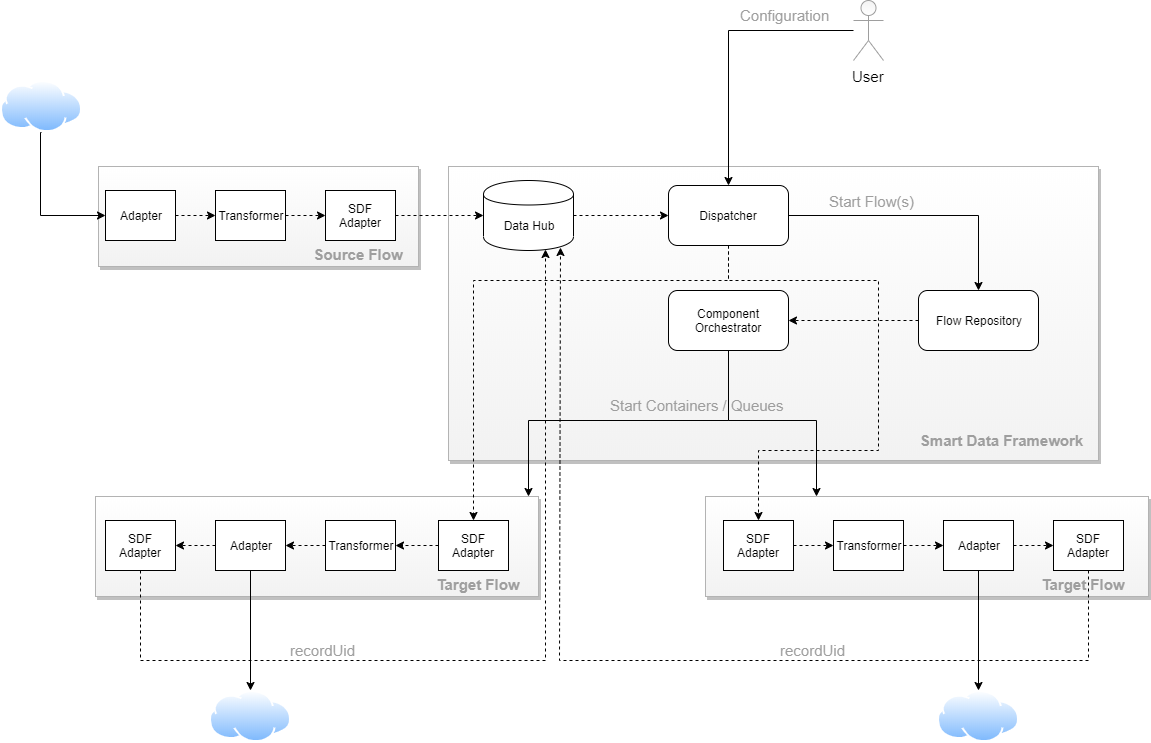
openintegrationhub/openintegrationhub.github.io keeps this draw.io diagram as assets/images/hubAndSpoke.png. Above is the earlier version. Source tidied: cells renumbered, new cells last; positions are measured from the earlier drawing's top-left corner, leaving out a move shared by most shapes. Its diagram source:
```xml
<mxGraphModel>
  <root>
    <mxCell id="0" />
    <mxCell id="1" parent="0" />
    <mxCell id="2" style="rounded=0;whiteSpace=wrap;html=1;strokeColor=#B3B3B3;strokeWidth=1;fillColor=#F2F2F2;gradientColor=#ffffff;fontSize=15;fontColor=#9E9E9E;gradientDirection=north;shadow=1;" parent="1" vertex="1">
      <mxGeometry x="448" y="166" width="650" height="294" as="geometry" />
    </mxCell>
    <mxCell id="3" style="rounded=0;whiteSpace=wrap;html=1;fillColor=#F2F2F2;gradientColor=#ffffff;gradientDirection=north;strokeColor=#B3B3B3;strokeWidth=1;shadow=1;" parent="1" vertex="1">
      <mxGeometry x="98" y="166" width="320" height="100" as="geometry" />
    </mxCell>
    <mxCell id="4" value="Source Flow" style="text;html=1;strokeColor=none;fillColor=none;align=center;verticalAlign=middle;whiteSpace=wrap;rounded=0;fontSize=15;fontStyle=1;fontColor=#9E9E9E;" parent="1" vertex="1">
      <mxGeometry x="298" y="244" width="120" height="20" as="geometry" />
    </mxCell>
    <mxCell id="5" style="rounded=0;whiteSpace=wrap;html=1;fillColor=#F2F2F2;gradientColor=#ffffff;gradientDirection=north;strokeColor=#B3B3B3;strokeWidth=1;shadow=1;" parent="1" vertex="1">
      <mxGeometry x="705" y="496" width="443" height="100" as="geometry" />
    </mxCell>
    <mxCell id="6" style="rounded=0;whiteSpace=wrap;html=1;fillColor=#F2F2F2;gradientColor=#ffffff;gradientDirection=north;strokeColor=#B3B3B3;strokeWidth=1;shadow=1;" parent="1" vertex="1">
      <mxGeometry x="95" y="496" width="443" height="100" as="geometry" />
    </mxCell>
    <mxCell id="7" style="edgeStyle=orthogonalEdgeStyle;rounded=0;jettySize=auto;html=1;entryX=0;entryY=0.5;entryDx=0;entryDy=0;dashed=1;" parent="1" edge="1" source="8" target="10">
      <mxGeometry relative="1" as="geometry" />
    </mxCell>
    <mxCell id="8" value="Transformer" style="rounded=0;whiteSpace=wrap;html=1;" parent="1" vertex="1">
      <mxGeometry x="215" y="190" width="70" height="50" as="geometry" />
    </mxCell>
    <mxCell id="9" style="edgeStyle=orthogonalEdgeStyle;rounded=0;jettySize=auto;html=1;entryX=0;entryY=0.5;entryDx=0;entryDy=0;dashed=1;" parent="1" edge="1" source="10" target="16">
      <mxGeometry relative="1" as="geometry" />
    </mxCell>
    <mxCell id="10" value="SDF Adapter" style="rounded=0;whiteSpace=wrap;html=1;" parent="1" vertex="1">
      <mxGeometry x="325" y="190" width="70" height="50" as="geometry" />
    </mxCell>
    <mxCell id="11" style="edgeStyle=orthogonalEdgeStyle;rounded=0;jettySize=auto;html=1;dashed=1;" parent="1" edge="1" source="12" target="8">
      <mxGeometry relative="1" as="geometry" />
    </mxCell>
    <mxCell id="12" value="Adapter" style="rounded=0;whiteSpace=wrap;html=1;" parent="1" vertex="1">
      <mxGeometry x="105" y="190" width="70" height="50" as="geometry" />
    </mxCell>
    <mxCell id="13" style="edgeStyle=orthogonalEdgeStyle;rounded=0;jettySize=auto;html=1;exitX=0.5;exitY=1;exitDx=0;exitDy=0;" parent="1" edge="1" source="14" target="12">
      <mxGeometry relative="1" as="geometry">
        <Array as="points">
          <mxPoint x="40" y="215" />
        </Array>
      </mxGeometry>
    </mxCell>
    <mxCell id="14" style="perimeter=ellipsePerimeter;html=1;align=center;shadow=0;dashed=0;spacingTop=3;image;image=img/lib/active_directory/internet_cloud.svg;" parent="1" vertex="1">
      <mxGeometry y="80" width="82" height="52" as="geometry" />
    </mxCell>
    <mxCell id="15" style="edgeStyle=orthogonalEdgeStyle;rounded=0;jettySize=auto;html=1;entryX=0;entryY=0.5;entryDx=0;entryDy=0;dashed=1;" parent="1" edge="1" source="16" target="23">
      <mxGeometry relative="1" as="geometry" />
    </mxCell>
    <mxCell id="16" value="Data Hub" style="shape=cylinder;whiteSpace=wrap;html=1;boundedLbl=1;backgroundOutline=1;shadow=0;" parent="1" vertex="1">
      <mxGeometry x="483" y="180" width="90" height="70" as="geometry" />
    </mxCell>
    <mxCell id="17" style="edgeStyle=orthogonalEdgeStyle;rounded=0;jettySize=auto;html=1;entryX=0.25;entryY=0;entryDx=0;entryDy=0;fontSize=15;fontColor=#9E9E9E;" parent="1" edge="1" source="19" target="5">
      <mxGeometry relative="1" as="geometry">
        <Array as="points">
          <mxPoint x="728" y="420" />
          <mxPoint x="816" y="420" />
        </Array>
      </mxGeometry>
    </mxCell>
    <mxCell id="18" style="edgeStyle=orthogonalEdgeStyle;rounded=0;jettySize=auto;html=1;fontSize=15;fontColor=#9E9E9E;entryX=0.978;entryY=0;entryDx=0;entryDy=0;entryPerimeter=0;" parent="1" edge="1" source="19" target="6">
      <mxGeometry relative="1" as="geometry">
        <Array as="points">
          <mxPoint x="728" y="420" />
          <mxPoint x="528" y="420" />
        </Array>
      </mxGeometry>
    </mxCell>
    <mxCell id="19" value="Component Orchestrator" style="rounded=1;whiteSpace=wrap;html=1;" parent="1" vertex="1">
      <mxGeometry x="668" y="290" width="120" height="60" as="geometry" />
    </mxCell>
    <mxCell id="20" style="edgeStyle=orthogonalEdgeStyle;rounded=0;jettySize=auto;html=1;entryX=0.5;entryY=0;entryDx=0;entryDy=0;" parent="1" edge="1" source="23" target="25">
      <mxGeometry relative="1" as="geometry" />
    </mxCell>
    <mxCell id="21" style="edgeStyle=orthogonalEdgeStyle;rounded=0;jettySize=auto;html=1;fontSize=15;fontColor=#9E9E9E;exitX=0.5;exitY=1;exitDx=0;exitDy=0;entryX=0.5;entryY=0;entryDx=0;entryDy=0;dashed=1;" parent="1" edge="1" source="23" target="38">
      <mxGeometry relative="1" as="geometry">
        <Array as="points">
          <mxPoint x="728" y="280" />
          <mxPoint x="473" y="280" />
        </Array>
      </mxGeometry>
    </mxCell>
    <mxCell id="22" style="edgeStyle=orthogonalEdgeStyle;rounded=0;jettySize=auto;html=1;dashed=1;fontSize=15;fontColor=#9E9E9E;exitX=0.5;exitY=1;exitDx=0;exitDy=0;" parent="1" edge="1" source="23" target="34">
      <mxGeometry relative="1" as="geometry">
        <Array as="points">
          <mxPoint x="728" y="280" />
          <mxPoint x="878" y="280" />
          <mxPoint x="878" y="450" />
          <mxPoint x="758" y="450" />
        </Array>
      </mxGeometry>
    </mxCell>
    <mxCell id="23" value="Dispatcher" style="rounded=1;whiteSpace=wrap;html=1;glass=0;comic=0;" parent="1" vertex="1">
      <mxGeometry x="668" y="185" width="120" height="60" as="geometry" />
    </mxCell>
    <mxCell id="24" style="edgeStyle=orthogonalEdgeStyle;rounded=0;jettySize=auto;html=1;entryX=1;entryY=0.5;entryDx=0;entryDy=0;dashed=1;" parent="1" edge="1" source="25" target="19">
      <mxGeometry relative="1" as="geometry" />
    </mxCell>
    <mxCell id="25" value="Flow Repository" style="rounded=1;whiteSpace=wrap;html=1;" parent="1" vertex="1">
      <mxGeometry x="918" y="290" width="120" height="60" as="geometry" />
    </mxCell>
    <mxCell id="26" style="edgeStyle=orthogonalEdgeStyle;rounded=0;jettySize=auto;html=1;entryX=0;entryY=0.5;entryDx=0;entryDy=0;dashed=1;" parent="1" edge="1" source="27" target="30">
      <mxGeometry relative="1" as="geometry" />
    </mxCell>
    <mxCell id="27" value="Adapter" style="rounded=0;whiteSpace=wrap;html=1;" parent="1" vertex="1">
      <mxGeometry x="943" y="520" width="70" height="50" as="geometry" />
    </mxCell>
    <mxCell id="28" style="edgeStyle=orthogonalEdgeStyle;rounded=0;jettySize=auto;html=1;entryX=0.5;entryY=0;entryDx=0;entryDy=0;exitX=0.5;exitY=1;exitDx=0;exitDy=0;" parent="1" edge="1" source="27" target="45">
      <mxGeometry relative="1" as="geometry" />
    </mxCell>
    <mxCell id="29" style="edgeStyle=orthogonalEdgeStyle;rounded=0;jettySize=auto;html=1;entryX=0.85;entryY=0.95;entryDx=0;entryDy=0;entryPerimeter=0;dashed=1;fontSize=15;fontColor=#9E9E9E;" parent="1" edge="1" source="30" target="16">
      <mxGeometry relative="1" as="geometry">
        <Array as="points">
          <mxPoint x="1088" y="660" />
          <mxPoint x="559" y="660" />
        </Array>
      </mxGeometry>
    </mxCell>
    <mxCell id="30" value="SDF Adapter" style="rounded=0;whiteSpace=wrap;html=1;" parent="1" vertex="1">
      <mxGeometry x="1053" y="520" width="70" height="50" as="geometry" />
    </mxCell>
    <mxCell id="31" style="edgeStyle=orthogonalEdgeStyle;rounded=0;jettySize=auto;html=1;dashed=1;" parent="1" edge="1" source="32" target="27">
      <mxGeometry relative="1" as="geometry" />
    </mxCell>
    <mxCell id="32" value="Transformer" style="rounded=0;whiteSpace=wrap;html=1;" parent="1" vertex="1">
      <mxGeometry x="833" y="520" width="70" height="50" as="geometry" />
    </mxCell>
    <mxCell id="33" style="edgeStyle=orthogonalEdgeStyle;rounded=0;jettySize=auto;html=1;entryX=0;entryY=0.5;entryDx=0;entryDy=0;dashed=1;" parent="1" edge="1" source="34" target="32">
      <mxGeometry relative="1" as="geometry" />
    </mxCell>
    <mxCell id="34" value="SDF Adapter" style="rounded=0;whiteSpace=wrap;html=1;" parent="1" vertex="1">
      <mxGeometry x="723" y="520" width="70" height="50" as="geometry" />
    </mxCell>
    <mxCell id="35" style="edgeStyle=orthogonalEdgeStyle;rounded=0;jettySize=auto;html=1;dashed=1;" parent="1" edge="1" source="36" target="40">
      <mxGeometry relative="1" as="geometry" />
    </mxCell>
    <mxCell id="36" value="Transformer" style="rounded=0;whiteSpace=wrap;html=1;" parent="1" vertex="1">
      <mxGeometry x="325" y="520" width="70" height="50" as="geometry" />
    </mxCell>
    <mxCell id="37" style="edgeStyle=orthogonalEdgeStyle;rounded=0;jettySize=auto;html=1;entryX=1;entryY=0.5;entryDx=0;entryDy=0;dashed=1;" parent="1" edge="1" source="38" target="36">
      <mxGeometry relative="1" as="geometry" />
    </mxCell>
    <mxCell id="38" value="SDF Adapter" style="rounded=0;whiteSpace=wrap;html=1;" parent="1" vertex="1">
      <mxGeometry x="438" y="520" width="70" height="50" as="geometry" />
    </mxCell>
    <mxCell id="39" style="edgeStyle=orthogonalEdgeStyle;rounded=0;jettySize=auto;html=1;dashed=1;" parent="1" edge="1" source="40" target="43">
      <mxGeometry relative="1" as="geometry" />
    </mxCell>
    <mxCell id="40" value="Adapter" style="rounded=0;whiteSpace=wrap;html=1;" parent="1" vertex="1">
      <mxGeometry x="215" y="520" width="70" height="50" as="geometry" />
    </mxCell>
    <mxCell id="41" style="edgeStyle=orthogonalEdgeStyle;rounded=0;jettySize=auto;html=1;entryX=0.5;entryY=0;entryDx=0;entryDy=0;exitX=0.5;exitY=1;exitDx=0;exitDy=0;" parent="1" edge="1" source="40" target="44">
      <mxGeometry relative="1" as="geometry" />
    </mxCell>
    <mxCell id="42" style="edgeStyle=orthogonalEdgeStyle;rounded=0;jettySize=auto;html=1;entryX=0.689;entryY=0.99;entryDx=0;entryDy=0;entryPerimeter=0;dashed=1;fontSize=15;fontColor=#9E9E9E;" parent="1" edge="1" source="43" target="16">
      <mxGeometry relative="1" as="geometry">
        <Array as="points">
          <mxPoint x="140" y="660" />
          <mxPoint x="545" y="660" />
        </Array>
      </mxGeometry>
    </mxCell>
    <mxCell id="43" value="SDF Adapter" style="rounded=0;whiteSpace=wrap;html=1;" parent="1" vertex="1">
      <mxGeometry x="105" y="520" width="70" height="50" as="geometry" />
    </mxCell>
    <mxCell id="44" style="perimeter=ellipsePerimeter;html=1;align=center;shadow=0;dashed=0;spacingTop=3;image;image=img/lib/active_directory/internet_cloud.svg;" parent="1" vertex="1">
      <mxGeometry x="209" y="690" width="82" height="52" as="geometry" />
    </mxCell>
    <mxCell id="45" style="perimeter=ellipsePerimeter;html=1;align=center;shadow=0;dashed=0;spacingTop=3;image;image=img/lib/active_directory/internet_cloud.svg;" parent="1" vertex="1">
      <mxGeometry x="937" y="690" width="82" height="52" as="geometry" />
    </mxCell>
    <mxCell id="46" value="Smart Data Framework" style="text;html=1;strokeColor=none;fillColor=none;align=center;verticalAlign=middle;whiteSpace=wrap;rounded=0;fontSize=15;fontStyle=1;fontColor=#9E9E9E;" parent="1" vertex="1">
      <mxGeometry x="913" y="430" width="175" height="20" as="geometry" />
    </mxCell>
    <mxCell id="47" value="Target Flow" style="text;html=1;strokeColor=none;fillColor=none;align=center;verticalAlign=middle;whiteSpace=wrap;rounded=0;fontSize=15;fontStyle=1;fontColor=#9E9E9E;" parent="1" vertex="1">
      <mxGeometry x="418" y="574" width="120" height="20" as="geometry" />
    </mxCell>
    <mxCell id="48" style="edgeStyle=orthogonalEdgeStyle;rounded=0;jettySize=auto;html=1;entryX=0.5;entryY=0;entryDx=0;entryDy=0;fontSize=15;fontColor=#9E9E9E;" parent="1" edge="1" source="49" target="23">
      <mxGeometry relative="1" as="geometry" />
    </mxCell>
    <mxCell id="49" value="&lt;font color=&quot;#000000&quot;&gt;User&lt;/font&gt;" style="shape=umlActor;verticalLabelPosition=bottom;labelBackgroundColor=#ffffff;verticalAlign=top;html=1;outlineConnect=0;strokeColor=#9E9E9E;strokeWidth=1;fillColor=#F2F2F2;gradientColor=#ffffff;fontSize=15;fontColor=#9E9E9E;" parent="1" vertex="1">
      <mxGeometry x="853" width="30" height="60" as="geometry" />
    </mxCell>
    <mxCell id="50" value="Configuration" style="text;html=1;align=left;verticalAlign=top;spacingTop=-4;fontSize=15;fontColor=#9E9E9E;" parent="1" vertex="1">
      <mxGeometry x="738" y="4" width="100" height="20" as="geometry" />
    </mxCell>
    <mxCell id="51" value="Start Flow(s)" style="text;html=1;align=left;verticalAlign=top;spacingTop=-4;fontSize=15;fontColor=#9E9E9E;" parent="1" vertex="1">
      <mxGeometry x="826.5" y="190" width="100" height="20" as="geometry" />
    </mxCell>
    <mxCell id="52" value="Start Containers / Queues" style="text;html=1;align=left;verticalAlign=top;spacingTop=-4;fontSize=15;fontColor=#9E9E9E;" parent="1" vertex="1">
      <mxGeometry x="608" y="393.5" width="190" height="20" as="geometry" />
    </mxCell>
    <mxCell id="53" value="Target Flow" style="text;html=1;strokeColor=none;fillColor=none;align=center;verticalAlign=middle;whiteSpace=wrap;rounded=0;fontSize=15;fontStyle=1;fontColor=#9E9E9E;" parent="1" vertex="1">
      <mxGeometry x="1023" y="574" width="120" height="20" as="geometry" />
    </mxCell>
    <mxCell id="54" value="recordUid" style="text;html=1;align=left;verticalAlign=top;spacingTop=-4;fontSize=15;fontColor=#9E9E9E;" parent="1" vertex="1">
      <mxGeometry x="288" y="639" width="80" height="20" as="geometry" />
    </mxCell>
    <mxCell id="55" value="recordUid" style="text;html=1;align=left;verticalAlign=top;spacingTop=-4;fontSize=15;fontColor=#9E9E9E;" parent="1" vertex="1">
      <mxGeometry x="778.2" y="639" width="80" height="20" as="geometry" />
    </mxCell>
  </root>
</mxGraphModel>
```
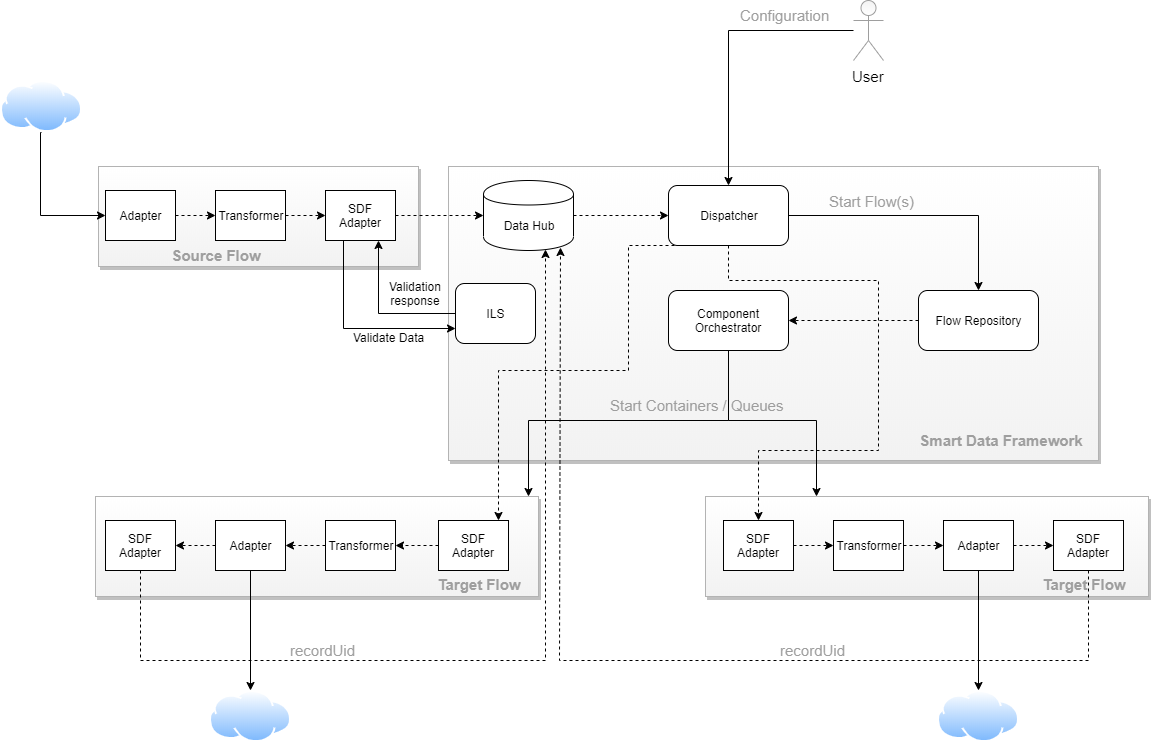
After the commit.

Diff of the diagram source:
```diff
@@ -9,7 +9,7 @@
       <mxGeometry x="98" y="166" width="320" height="100" as="geometry" />
     </mxCell>
     <mxCell id="4" value="Source Flow" style="text;html=1;strokeColor=none;fillColor=none;align=center;verticalAlign=middle;whiteSpace=wrap;rounded=0;fontSize=15;fontStyle=1;fontColor=#9E9E9E;" parent="1" vertex="1">
-      <mxGeometry x="298" y="244" width="120" height="20" as="geometry" />
+      <mxGeometry x="155" y="245" width="120" height="20" as="geometry" />
     </mxCell>
     <mxCell id="5" style="rounded=0;whiteSpace=wrap;html=1;fillColor=#F2F2F2;gradientColor=#ffffff;gradientDirection=north;strokeColor=#B3B3B3;strokeWidth=1;shadow=1;" parent="1" vertex="1">
       <mxGeometry x="705" y="496" width="443" height="100" as="geometry" />
@@ -26,6 +26,14 @@
     <mxCell id="9" style="edgeStyle=orthogonalEdgeStyle;rounded=0;jettySize=auto;html=1;entryX=0;entryY=0.5;entryDx=0;entryDy=0;dashed=1;" parent="1" edge="1" source="10" target="16">
       <mxGeometry relative="1" as="geometry" />
     </mxCell>
+    <mxCell id="56" style="edgeStyle=orthogonalEdgeStyle;rounded=0;jettySize=auto;html=1;entryX=0;entryY=0.75;entryDx=0;entryDy=0;exitX=0.25;exitY=1;exitDx=0;exitDy=0;" parent="1" edge="1" source="10" target="59">
+      <mxGeometry relative="1" as="geometry" />
+    </mxCell>
+    <mxCell id="57" value="Validate Data" style="text;html=1;align=center;verticalAlign=middle;labelBackgroundColor=#ffffff;" parent="56" vertex="1">
+      <mxGeometry x="-0.16" y="26" relative="1" as="geometry">
+        <mxPoint x="19" y="12" as="offset" />
+      </mxGeometry>
+    </mxCell>
     <mxCell id="10" value="SDF Adapter" style="rounded=0;whiteSpace=wrap;html=1;" parent="1" vertex="1">
       <mxGeometry x="325" y="190" width="70" height="50" as="geometry" />
     </mxCell>
@@ -73,11 +81,12 @@
     <mxCell id="20" style="edgeStyle=orthogonalEdgeStyle;rounded=0;jettySize=auto;html=1;entryX=0.5;entryY=0;entryDx=0;entryDy=0;" parent="1" edge="1" source="23" target="25">
       <mxGeometry relative="1" as="geometry" />
     </mxCell>
-    <mxCell id="21" style="edgeStyle=orthogonalEdgeStyle;rounded=0;jettySize=auto;html=1;fontSize=15;fontColor=#9E9E9E;exitX=0.5;exitY=1;exitDx=0;exitDy=0;entryX=0.5;entryY=0;entryDx=0;entryDy=0;dashed=1;" parent="1" edge="1" source="23" target="38">
+    <mxCell id="21" style="edgeStyle=orthogonalEdgeStyle;rounded=0;jettySize=auto;html=1;fontSize=15;fontColor=#9E9E9E;exitX=0.5;exitY=1;exitDx=0;exitDy=0;entryX=0.864;entryY=-0.01;entryDx=0;entryDy=0;dashed=1;entryPerimeter=0;" parent="1" edge="1" source="23" target="38">
       <mxGeometry relative="1" as="geometry">
         <Array as="points">
-          <mxPoint x="728" y="280" />
-          <mxPoint x="473" y="280" />
+          <mxPoint x="628" y="245" />
+          <mxPoint x="628" y="370" />
+          <mxPoint x="498" y="370" />
         </Array>
       </mxGeometry>
     </mxCell>
@@ -200,5 +209,16 @@
     <mxCell id="55" value="recordUid" style="text;html=1;align=left;verticalAlign=top;spacingTop=-4;fontSize=15;fontColor=#9E9E9E;" parent="1" vertex="1">
       <mxGeometry x="778.2" y="639" width="80" height="20" as="geometry" />
     </mxCell>
+    <mxCell id="58" style="edgeStyle=orthogonalEdgeStyle;rounded=0;jettySize=auto;html=1;entryX=0.75;entryY=1;entryDx=0;entryDy=0;" parent="1" edge="1" source="59" target="10">
+      <mxGeometry relative="1" as="geometry" />
+    </mxCell>
+    <mxCell id="59" value="ILS" style="rounded=1;whiteSpace=wrap;html=1;glass=0;comic=0;" parent="1" vertex="1">
+      <mxGeometry x="455" y="283" width="80" height="60" as="geometry" />
+    </mxCell>
+    <mxCell id="60" value="Validation&lt;br&gt;response" style="text;html=1;align=center;verticalAlign=middle;labelBackgroundColor=#ffffff;" parent="1" vertex="1">
+      <mxGeometry x="395" y="280" as="geometry">
+        <mxPoint x="19" y="12" as="offset" />
+      </mxGeometry>
+    </mxCell>
   </root>
 </mxGraphModel>
```
